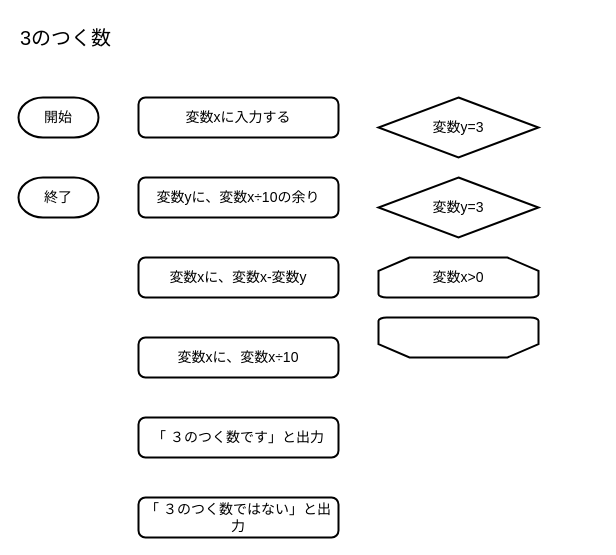
The draw.io diagram flowchart/f6.drawio in Repy/informatics-web, before the edit. Source tidied: cells renumbered, new cells numbered last; positions are measured from the earlier drawing's top-left corner, leaving out a move shared by most shapes. Both pictures are drawn from the tidied source at 100%, with x=0, y=0 at pixel (18, 17).
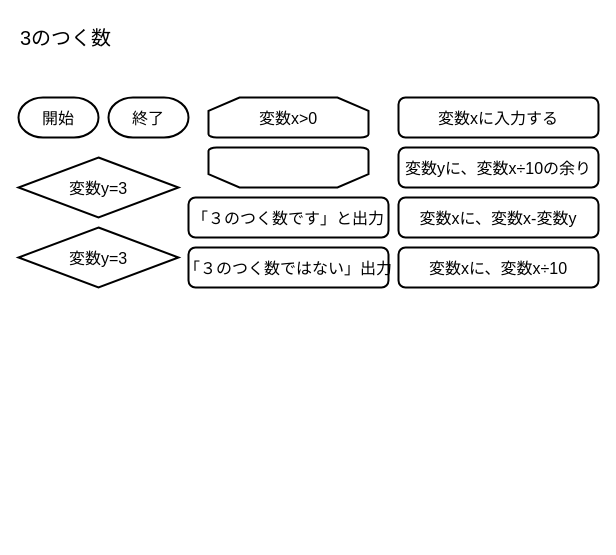
The same diagram, later.

Commit message:
演習課題完成

What changed in the source:
```diff
@@
 <mxGraphModel>
   <root>
     <mxCell id="0" />
     <mxCell id="1" parent="0" />
-    <mxCell id="2" value="開始" style="strokeWidth=2;html=1;shape=mxgraph.flowchart.terminator;whiteSpace=wrap;fontSize=14;fontFamily=BIZ UDPGothic;" parent="1" vertex="1">
+    <mxCell id="2" value="開始" style="strokeWidth=2;shape=mxgraph.flowchart.terminator;fontSize=16;fontFamily=BIZ UDPGothic;" parent="1" vertex="1">
       <mxGeometry y="80" width="80" height="40" as="geometry" />
     </mxCell>
-    <mxCell id="3" value="終了" style="strokeWidth=2;html=1;shape=mxgraph.flowchart.terminator;whiteSpace=wrap;fontSize=14;fontFamily=BIZ UDPGothic;" parent="1" vertex="1">
-      <mxGeometry y="160" width="80" height="40" as="geometry" />
+    <mxCell id="3" value="終了" style="strokeWidth=2;shape=mxgraph.flowchart.terminator;fontSize=16;fontFamily=BIZ UDPGothic;" parent="1" vertex="1">
+      <mxGeometry x="90" y="80" width="80" height="40" as="geometry" />
     </mxCell>
-    <mxCell id="4" value="&lt;div style=&quot;font-size: 14px;&quot;&gt;変数xに入力する&lt;/div&gt;" style="rounded=1;whiteSpace=wrap;html=1;absoluteArcSize=1;arcSize=14;strokeWidth=2;fontSize=14;fontFamily=BIZ UDPGothic;" parent="1" vertex="1">
-      <mxGeometry x="120" y="80" width="200" height="40" as="geometry" />
+    <mxCell id="4" value="変数xに入力する" style="rounded=1;absoluteArcSize=1;arcSize=14;strokeWidth=2;fontSize=16;fontFamily=BIZ UDPGothic;" parent="1" vertex="1">
+      <mxGeometry x="380" y="80" width="200" height="40" as="geometry" />
     </mxCell>
     <mxCell id="5" value="3のつく数" style="text;html=1;strokeColor=none;fillColor=none;align=left;verticalAlign=middle;whiteSpace=wrap;rounded=0;fontSize=20;fontFamily=BIZ UDPGothic;" parent="1" vertex="1">
       <mxGeometry width="480" height="40" as="geometry" />
     </mxCell>
-    <mxCell id="6" value="&lt;div style=&quot;font-size: 14px;&quot;&gt;変数x&amp;gt;0&lt;/div&gt;" style="strokeWidth=2;html=1;shape=mxgraph.flowchart.loop_limit;whiteSpace=wrap;fontSize=14;fontFamily=BIZ UDPGothic;" parent="1" vertex="1">
-      <mxGeometry x="360" y="240" width="160" height="40" as="geometry" />
+    <mxCell id="6" value="変数x&gt;0" style="strokeWidth=2;shape=mxgraph.flowchart.loop_limit;fontSize=16;fontFamily=BIZ UDPGothic;" parent="1" vertex="1">
+      <mxGeometry x="190" y="80" width="160" height="40" as="geometry" />
     </mxCell>
-    <mxCell id="7" style="strokeWidth=2;html=1;shape=mxgraph.flowchart.loop_limit;whiteSpace=wrap;direction=west;fontSize=14;fontFamily=BIZ UDPGothic;" parent="1" vertex="1">
-      <mxGeometry x="360" y="300" width="160" height="40" as="geometry" />
+    <mxCell id="7" style="strokeWidth=2;shape=mxgraph.flowchart.loop_limit;direction=west;fontSize=16;fontFamily=BIZ UDPGothic;" parent="1" vertex="1">
+      <mxGeometry x="190" y="130" width="160" height="40" as="geometry" />
     </mxCell>
-    <mxCell id="8" value="&lt;div style=&quot;font-size: 14px;&quot;&gt;変数y=3&lt;/div&gt;" style="strokeWidth=2;html=1;shape=mxgraph.flowchart.decision;whiteSpace=wrap;fontSize=14;fontFamily=BIZ UDPGothic;" parent="1" vertex="1">
-      <mxGeometry x="360" y="80" width="160" height="60" as="geometry" />
+    <mxCell id="8" value="変数y=3" style="strokeWidth=2;shape=mxgraph.flowchart.decision;fontSize=16;fontFamily=BIZ UDPGothic;" parent="1" vertex="1">
+      <mxGeometry y="140" width="160" height="60" as="geometry" />
     </mxCell>
-    <mxCell id="9" value="&lt;div style=&quot;font-size: 14px;&quot;&gt;&lt;div&gt;変数yに、変数x÷10の余り&lt;/div&gt;&lt;/div&gt;" style="rounded=1;whiteSpace=wrap;html=1;absoluteArcSize=1;arcSize=14;strokeWidth=2;fontSize=14;fontFamily=BIZ UDPGothic;" parent="1" vertex="1">
-      <mxGeometry x="120" y="160" width="200" height="40" as="geometry" />
+    <mxCell id="9" value="変数yに、変数x÷10の余り" style="rounded=1;absoluteArcSize=1;arcSize=14;strokeWidth=2;fontSize=16;fontFamily=BIZ UDPGothic;" parent="1" vertex="1">
+      <mxGeometry x="380" y="130" width="200" height="40" as="geometry" />
     </mxCell>
-    <mxCell id="10" value="&lt;div style=&quot;font-size: 14px;&quot;&gt;&lt;div&gt;変数xに、変数x-変数y&lt;/div&gt;&lt;/div&gt;" style="rounded=1;whiteSpace=wrap;html=1;absoluteArcSize=1;arcSize=14;strokeWidth=2;fontSize=14;fontFamily=BIZ UDPGothic;" parent="1" vertex="1">
-      <mxGeometry x="120" y="240" width="200" height="40" as="geometry" />
+    <mxCell id="10" value="変数xに、変数x-変数y" style="rounded=1;absoluteArcSize=1;arcSize=14;strokeWidth=2;fontSize=16;fontFamily=BIZ UDPGothic;" parent="1" vertex="1">
+      <mxGeometry x="380" y="180" width="200" height="40" as="geometry" />
     </mxCell>
-    <mxCell id="11" value="&lt;div style=&quot;font-size: 14px;&quot;&gt;&lt;div&gt;変数xに、変数x÷10&lt;/div&gt;&lt;/div&gt;" style="rounded=1;whiteSpace=wrap;html=1;absoluteArcSize=1;arcSize=14;strokeWidth=2;fontSize=14;fontFamily=BIZ UDPGothic;" parent="1" vertex="1">
-      <mxGeometry x="120" y="320" width="200" height="40" as="geometry" />
+    <mxCell id="11" value="変数xに、変数x÷10" style="rounded=1;absoluteArcSize=1;arcSize=14;strokeWidth=2;fontSize=16;fontFamily=BIZ UDPGothic;" parent="1" vertex="1">
+      <mxGeometry x="380" y="230" width="200" height="40" as="geometry" />
     </mxCell>
-    <mxCell id="12" value="&lt;div style=&quot;&quot;&gt;&lt;div style=&quot;&quot;&gt;「 ３のつく数です」と出力&lt;/div&gt;&lt;/div&gt;" style="rounded=1;whiteSpace=wrap;html=1;absoluteArcSize=1;arcSize=14;strokeWidth=2;fontSize=14;fontFamily=BIZ UDPGothic;" parent="1" vertex="1">
-      <mxGeometry x="120" y="400" width="200" height="40" as="geometry" />
+    <mxCell id="12" value="「３のつく数です」と出力" style="rounded=1;absoluteArcSize=1;arcSize=14;strokeWidth=2;fontSize=16;fontFamily=BIZ UDPGothic;" parent="1" vertex="1">
+      <mxGeometry x="170" y="180" width="200" height="40" as="geometry" />
     </mxCell>
-    <mxCell id="13" value="&lt;div style=&quot;&quot;&gt;&lt;div style=&quot;&quot;&gt;「 ３のつく数ではない」と出力&lt;/div&gt;&lt;/div&gt;" style="rounded=1;whiteSpace=wrap;html=1;absoluteArcSize=1;arcSize=14;strokeWidth=2;fontSize=14;fontFamily=BIZ UDPGothic;" parent="1" vertex="1">
-      <mxGeometry x="120" y="480" width="200" height="40" as="geometry" />
+    <mxCell id="13" value="「３のつく数ではない」出力" style="rounded=1;absoluteArcSize=1;arcSize=14;strokeWidth=2;fontSize=16;fontFamily=BIZ UDPGothic;" parent="1" vertex="1">
+      <mxGeometry x="170" y="230" width="200" height="40" as="geometry" />
     </mxCell>
-    <mxCell id="14" value="&lt;div style=&quot;font-size: 14px;&quot;&gt;変数y=3&lt;/div&gt;" style="strokeWidth=2;html=1;shape=mxgraph.flowchart.decision;whiteSpace=wrap;fontSize=14;fontFamily=BIZ UDPGothic;" parent="1" vertex="1">
-      <mxGeometry x="360" y="160" width="160" height="60" as="geometry" />
+    <mxCell id="14" value="変数y=3" style="strokeWidth=2;shape=mxgraph.flowchart.decision;fontSize=16;fontFamily=BIZ UDPGothic;" parent="1" vertex="1">
+      <mxGeometry y="210" width="160" height="60" as="geometry" />
     </mxCell>
   </root>
 </mxGraphModel>
```
